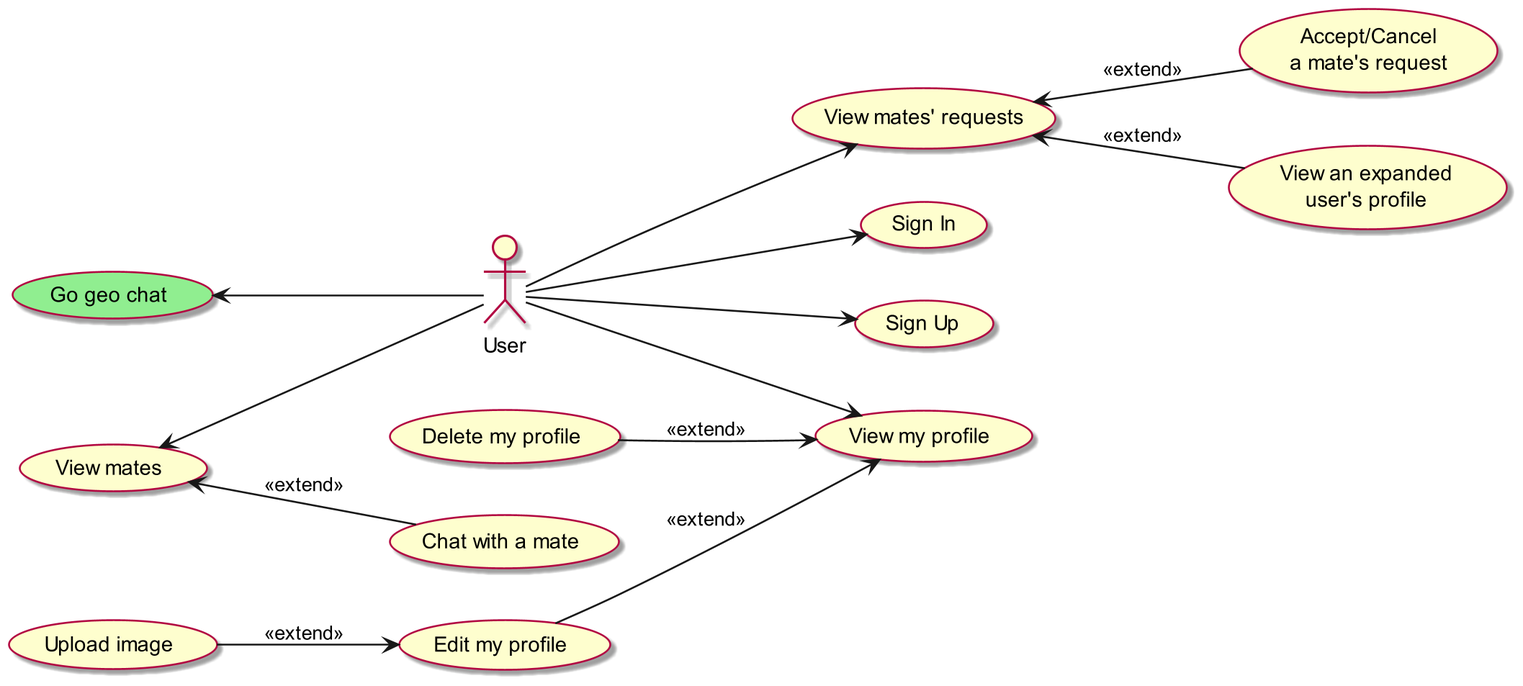
Earlier version of the PlantUML export general/out_diagrams/puml_diagrams/usecase/uc_p1.png (qubacy/geoqq).
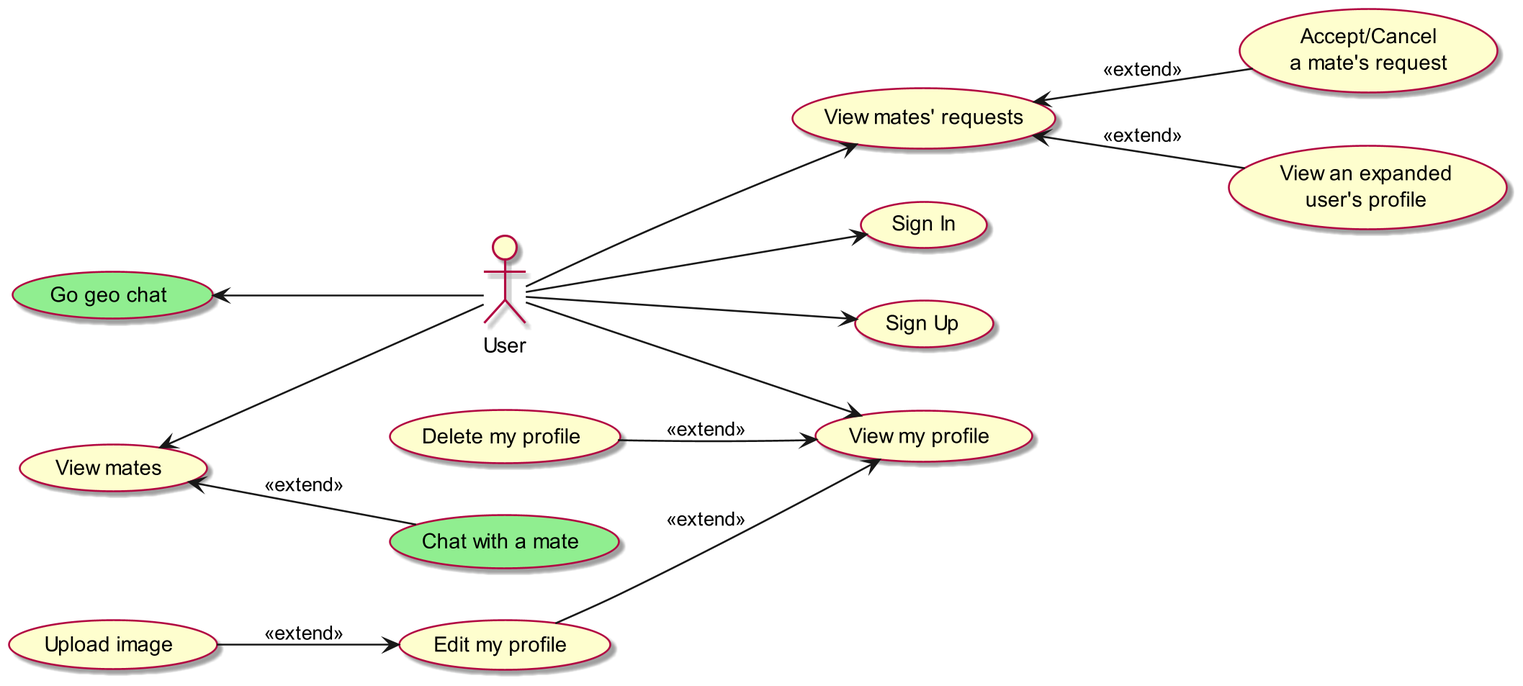
The same diagram one commit later.

Commit message:
add seq diags for accept mate req and other

Change to the diagram source:
```diff
@@ -25,7 +25,7 @@
 usecase "Delete my profile" as DeleteMyProfile
 
 usecase "View mates" as ViewMates
-usecase "Chat with a mate" as ChatWithMate
+usecase "Chat with a mate" as ChatWithMate #LightGreen
 usecase "View mates' requests" as ViewMatesReqs
 usecase "Accept/Cancel\na mate's request" as AccCanMateReq
 
```
